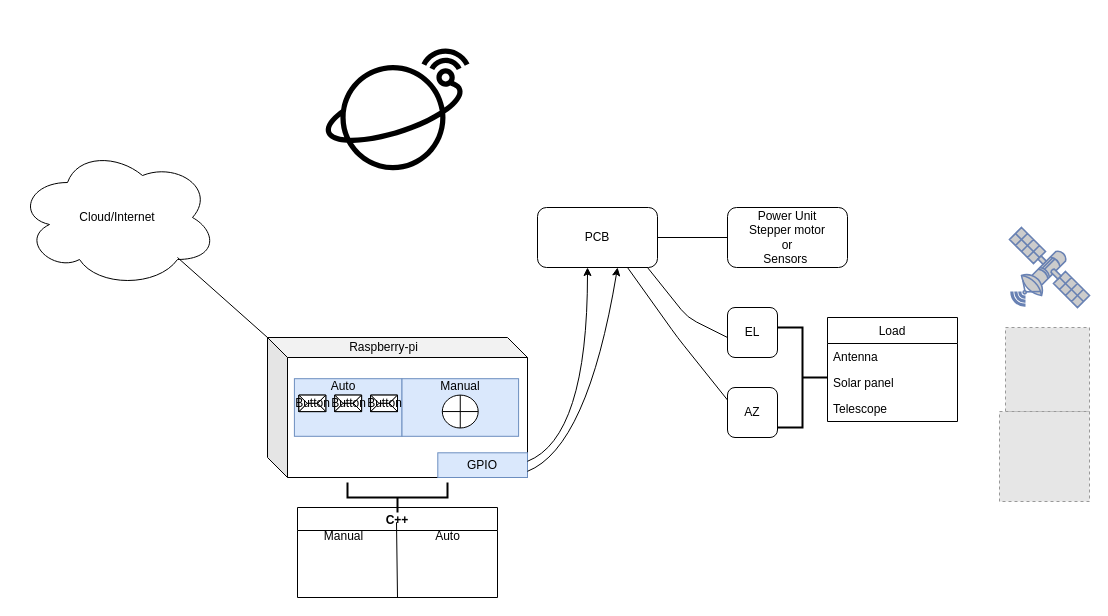
Above: Satellite Rotator Diagram.drawio in sonOFsalah-2425778/Mohamded-Salah (draw.io), before the change. Source tidied: cells renumbered, new cells numbered last; positions are measured from the earlier drawing's top-left corner, leaving out a move shared by most shapes. Both pictures are drawn from the tidied source at 100%, with x=0, y=0 at pixel (17, 17). Pictures stored in the file or linked from it are replaced by grey dashed boxes.
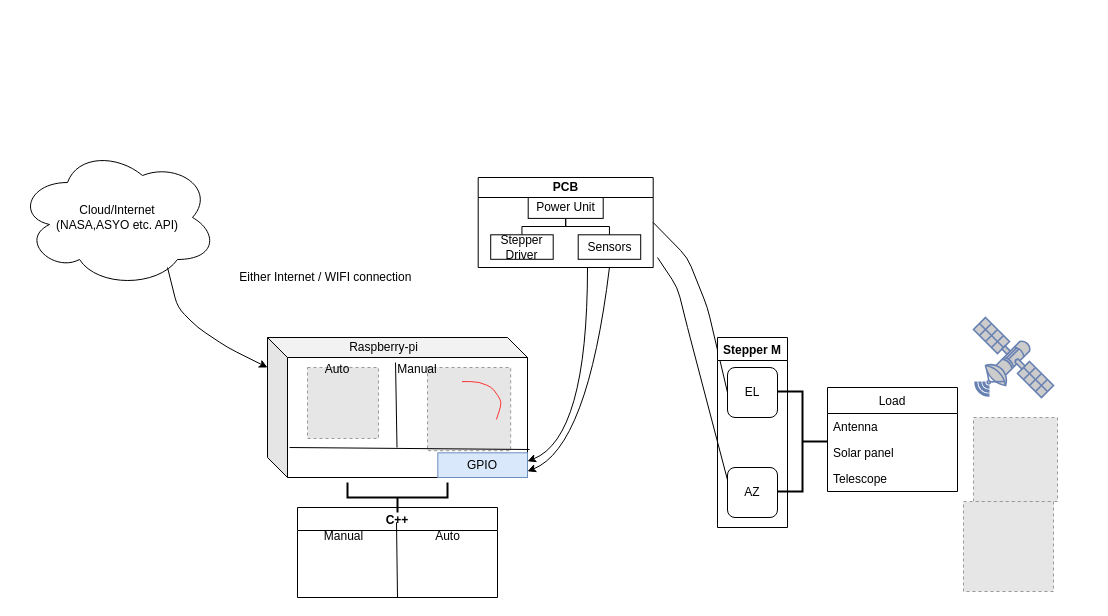
After the change.

Diff of the diagram source:
```diff
@@
-    <mxCell id="2" value="Cloud/Internet" style="ellipse;shape=cloud;whiteSpace=wrap;html=1;" parent="1" vertex="1">
+    <mxCell id="2" value="Cloud/Internet&lt;br&gt;(NASA,ASYO etc. API)" style="ellipse;shape=cloud;whiteSpace=wrap;html=1;" parent="1" vertex="1">
       <mxGeometry y="130" width="200" height="140" as="geometry" />
     </mxCell>
-    <mxCell id="3" style="gradientDirection=north;dashed=0;verticalLabelPosition=bottom;verticalAlign=top;align=center;html=1;fontSize=12;fontStyle=0;shape=mxgraph.aws4.resourceIcon;resIcon=mxgraph.aws4.satellite;" parent="1" vertex="1">
-      <mxGeometry x="290" width="180" height="180" as="geometry" />
-    </mxCell>
-    <mxCell id="4" style="group;" parent="1" vertex="1">
-      <mxGeometry x="250" y="320" width="260" height="140" as="geometry" />
-    </mxCell>
-    <mxCell id="5" style="shape=cube;whiteSpace=wrap;html=1;boundedLbl=1;backgroundOutline=1;darkOpacity=0.05;darkOpacity2=0.1;" parent="4" vertex="1">
-      <mxGeometry width="260" height="140" as="geometry" />
-    </mxCell>
-    <mxCell id="6" style="rounded=0;whiteSpace=wrap;html=1;fillColor=#dae8fc;strokeColor=#6c8ebf;" parent="4" vertex="1">
-      <mxGeometry x="26.9" y="41.2" width="107.6" height="57.6" as="geometry" />
-    </mxCell>
-    <mxCell id="7" style="rounded=0;whiteSpace=wrap;html=1;fillColor=#dae8fc;strokeColor=#6c8ebf;" parent="4" vertex="1">
-      <mxGeometry x="134.5" y="41.2" width="116.6" height="57.6" as="geometry" />
-    </mxCell>
-    <mxCell id="8" value="GPIO" style="rounded=0;whiteSpace=wrap;html=1;fillColor=#dae8fc;strokeColor=#6c8ebf;" parent="4" vertex="1">
-      <mxGeometry x="170.3" y="115.3" width="89.7" height="24.7" as="geometry" />
-    </mxCell>
-    <mxCell id="9" style="shape=orEllipse;perimeter=ellipsePerimeter;whiteSpace=wrap;html=1;backgroundOutline=1;" parent="4" vertex="1">
-      <mxGeometry x="174.8" y="57.6" width="35.9" height="32.9" as="geometry" />
-    </mxCell>
-    <mxCell id="10" value="Manual" style="text;html=1;strokeColor=none;fillColor=none;align=center;verticalAlign=middle;whiteSpace=wrap;rounded=0;" parent="4" vertex="1">
-      <mxGeometry x="174.8" y="41.2" width="35.9" height="16.5" as="geometry" />
-    </mxCell>
-    <mxCell id="11" value="Button" style="labelPosition=center;verticalLabelPosition=middle;align=center;html=1;shape=mxgraph.basic.button;dx=10;" parent="4" vertex="1">
-      <mxGeometry x="31.4" y="57.6" width="26.9" height="16.5" as="geometry" />
-    </mxCell>
-    <mxCell id="12" value="Button" style="labelPosition=center;verticalLabelPosition=middle;align=center;html=1;shape=mxgraph.basic.button;dx=10;" parent="4" vertex="1">
-      <mxGeometry x="67.2" y="57.6" width="26.9" height="16.5" as="geometry" />
-    </mxCell>
-    <mxCell id="13" value="Button" style="labelPosition=center;verticalLabelPosition=middle;align=center;html=1;shape=mxgraph.basic.button;dx=10;" parent="4" vertex="1">
-      <mxGeometry x="103.1" y="57.6" width="26.9" height="16.5" as="geometry" />
-    </mxCell>
-    <mxCell id="14" value="Auto" style="text;html=1;strokeColor=none;fillColor=none;align=center;verticalAlign=middle;whiteSpace=wrap;rounded=0;" parent="4" vertex="1">
-      <mxGeometry x="58.3" y="41.2" width="35.9" height="16.5" as="geometry" />
-    </mxCell>
-    <mxCell id="15" value="Raspberry-pi" style="text;html=1;strokeColor=none;fillColor=none;align=center;verticalAlign=middle;whiteSpace=wrap;rounded=0;" parent="4" vertex="1">
-      <mxGeometry x="81.1" width="71" height="20" as="geometry" />
-    </mxCell>
-    <mxCell id="16" style="group;" parent="1" vertex="1">
-      <mxGeometry x="520" y="190" width="120" height="60" as="geometry" />
-    </mxCell>
-    <mxCell id="17" style="rounded=1;whiteSpace=wrap;html=1;" parent="16" vertex="1">
-      <mxGeometry width="120" height="60" as="geometry" />
-    </mxCell>
-    <mxCell id="18" value="PCB" style="text;html=1;strokeColor=none;fillColor=none;align=center;verticalAlign=middle;whiteSpace=wrap;rounded=0;" parent="16" vertex="1">
-      <mxGeometry x="40" y="20" width="40" height="20" as="geometry" />
-    </mxCell>
     <mxCell id="19" value="EL" style="rounded=1;whiteSpace=wrap;html=1;" parent="1" vertex="1">
-      <mxGeometry x="710" y="290" width="50" height="50" as="geometry" />
+      <mxGeometry x="710" y="350" width="50" height="50" as="geometry" />
     </mxCell>
     <mxCell id="20" value="AZ" style="rounded=1;whiteSpace=wrap;html=1;" parent="1" vertex="1">
-      <mxGeometry x="710" y="370" width="50" height="50" as="geometry" />
+      <mxGeometry x="710" y="450" width="50" height="50" as="geometry" />
     </mxCell>
     <mxCell id="21" value="Load" style="swimlane;fontStyle=0;horizontal=1;startSize=26;fillColor=none;" parent="1" vertex="1">
-      <mxGeometry x="810" y="300" width="130" height="104" as="geometry" />
+      <mxGeometry x="810" y="370" width="130" height="104" as="geometry" />
     </mxCell>
@@
-    <mxCell id="30" value="Power Unit&lt;br&gt;Stepper motor&lt;br&gt;or&lt;br&gt;Sensors&amp;nbsp;" style="rounded=1;whiteSpace=wrap;html=1;" parent="1" vertex="1">
-      <mxGeometry x="710" y="190" width="120" height="60" as="geometry" />
-    </mxCell>
-    <mxCell id="31" style="endArrow=none;html=1;" parent="1" edge="1">
-      <mxGeometry relative="1" as="geometry">
-        <mxPoint x="640" y="220" as="sourcePoint" />
-        <mxPoint x="710" y="220" as="targetPoint" />
-      </mxGeometry>
-    </mxCell>
-    <mxCell id="32" style="curved=1;endArrow=classic;html=1;exitX=1;exitY=0.75;exitDx=0;exitDy=0;entryX=0.667;entryY=1;entryDx=0;entryDy=0;entryPerimeter=0;" parent="1" edge="1" source="8" target="17">
-      <mxGeometry relative="1" as="geometry">
-        <Array as="points">
-          <mxPoint x="570" y="430" />
-        </Array>
-      </mxGeometry>
-    </mxCell>
     <mxCell id="33" style="curved=1;endArrow=classic;html=1;exitX=1;exitY=0.75;exitDx=0;exitDy=0;" parent="1" edge="1">
       <mxGeometry relative="1" as="geometry">
-        <mxPoint x="510" y="443.8" as="sourcePoint" />
-        <mxPoint x="570" y="250" as="targetPoint" />
+        <mxPoint x="570" y="250" as="sourcePoint" />
+        <mxPoint x="510" y="443.8" as="targetPoint" />
         <Array as="points">
           <mxPoint x="570" y="420" />
         </Array>
       </mxGeometry>
     </mxCell>
-    <mxCell id="34" style="endArrow=none;html=1;" parent="1" edge="1">
+    <mxCell id="34" style="endArrow=none;html=1;entryX=0;entryY=0.5;entryDx=0;entryDy=0;exitX=1;exitY=0.5;exitDx=0;exitDy=0;" parent="1" edge="1" source="18" target="19">
       <mxGeometry relative="1" as="geometry">
-        <mxPoint x="630" y="250" as="sourcePoint" />
-        <mxPoint x="710" y="320" as="targetPoint" />
         <Array as="points">
-          <mxPoint x="670" y="300" />
+          <mxPoint x="670" y="240" />
+          <mxPoint x="690" y="290" />
         </Array>
       </mxGeometry>
     </mxCell>
     <mxCell id="35" style="endArrow=none;html=1;entryX=0;entryY=0.25;entryDx=0;entryDy=0;" parent="1" edge="1" target="20">
       <mxGeometry relative="1" as="geometry">
-        <mxPoint x="610" y="250" as="sourcePoint" />
+        <mxPoint x="640" y="240" as="sourcePoint" />
         <Array as="points">
-          <mxPoint x="660" y="320" />
+          <mxPoint x="660" y="270" />
+          <mxPoint x="670" y="310" />
         </Array>
       </mxGeometry>
     </mxCell>
     <mxCell id="36" style="strokeWidth=2;html=1;shape=mxgraph.flowchart.annotation_2;align=left;labelPosition=right;rotation=-180;" parent="1" vertex="1">
-      <mxGeometry x="760" y="310" width="50" height="100" as="geometry" />
+      <mxGeometry x="760" y="374" width="50" height="100" as="geometry" />
     </mxCell>
@@
-    <mxCell id="38" style="endArrow=none;html=1;" parent="1" edge="1">
-      <mxGeometry relative="1" as="geometry">
-        <mxPoint x="160" y="240" as="sourcePoint" />
-        <mxPoint x="250" y="320" as="targetPoint" />
-      </mxGeometry>
-    </mxCell>
     <mxCell id="39" style="fontColor=#0066CC;verticalAlign=top;verticalLabelPosition=bottom;labelPosition=center;align=center;html=1;fillColor=#CCCCCC;strokeColor=#6881B3;gradientColor=none;gradientDirection=north;strokeWidth=2;shape=mxgraph.networks.satellite;" parent="1" vertex="1">
-      <mxGeometry x="992" y="210" width="80" height="80" as="geometry" />
+      <mxGeometry x="956" y="300" width="80" height="80" as="geometry" />
     </mxCell>
     <mxCell id="40" style="fillColor=#E6E6E6;strokeColor=#999999;dashed=1;html=1;verticalAlign=top;verticalLabelPosition=bottom;labelBackgroundColor=#ffffff;" parent="1" vertex="1">
-      <mxGeometry x="988" y="310" width="84" height="84" as="geometry" />
+      <mxGeometry x="956" y="400" width="84" height="84" as="geometry" />
     </mxCell>
     <mxCell id="41" style="fillColor=#E6E6E6;strokeColor=#999999;dashed=1;html=1;verticalAlign=top;verticalLabelPosition=bottom;labelBackgroundColor=#ffffff;" parent="1" vertex="1">
-      <mxGeometry x="982" y="394" width="90" height="90" as="geometry" />
+      <mxGeometry x="946" y="484" width="90" height="90" as="geometry" />
     </mxCell>
+    <mxCell id="42" style="group;" parent="1" vertex="1">
+      <mxGeometry x="460.7" y="160" width="175" height="90" as="geometry" />
+    </mxCell>
+    <mxCell id="18" value="PCB" style="swimlane;html=1;startSize=20;horizontal=1;containerType=tree;" parent="42" vertex="1">
+      <mxGeometry width="175" height="90" as="geometry" />
+    </mxCell>
+    <mxCell id="43" style="edgeStyle=elbowEdgeStyle;elbow=vertical;startArrow=none;endArrow=none;rounded=0;" parent="18" edge="1" source="45" target="46">
+      <mxGeometry relative="1" as="geometry" />
+    </mxCell>
+    <mxCell id="44" style="edgeStyle=elbowEdgeStyle;elbow=vertical;startArrow=none;endArrow=none;rounded=0;" parent="18" edge="1" source="45" target="47">
+      <mxGeometry relative="1" as="geometry" />
+    </mxCell>
+    <mxCell id="45" value="Power Unit" style="whiteSpace=wrap;html=1;align=center;" parent="18" vertex="1">
+      <mxGeometry x="50" y="20" width="75" height="20.9" as="geometry" />
+    </mxCell>
+    <mxCell id="46" value="Stepper Driver" style="whiteSpace=wrap;html=1;align=center;verticalAlign=middle;" parent="18" vertex="1">
+      <mxGeometry x="12.5" y="57.3" width="62.5" height="24.5" as="geometry" />
+    </mxCell>
+    <mxCell id="47" value="Sensors" style="whiteSpace=wrap;html=1;align=center;verticalAlign=middle;" parent="18" vertex="1">
+      <mxGeometry x="100" y="57.3" width="62.5" height="24.5" as="geometry" />
+    </mxCell>
+    <mxCell id="48" value="Either Internet / WIFI connection&amp;nbsp;" style="text;html=1;strokeColor=none;fillColor=none;align=center;verticalAlign=middle;whiteSpace=wrap;rounded=0;" parent="1" vertex="1">
+      <mxGeometry x="190" y="250" width="240" height="20" as="geometry" />
+    </mxCell>
+    <mxCell id="49" value="Stepper M" style="swimlane;" parent="1" vertex="1">
+      <mxGeometry x="700" y="320" width="70" height="190" as="geometry" />
+    </mxCell>
+    <mxCell id="5" style="shape=cube;whiteSpace=wrap;html=1;boundedLbl=1;backgroundOutline=1;darkOpacity=0.05;darkOpacity2=0.1;" parent="1" vertex="1">
+      <mxGeometry x="250" y="320" width="260" height="140" as="geometry" />
+    </mxCell>
+    <mxCell id="8" value="GPIO" style="rounded=0;whiteSpace=wrap;html=1;fillColor=#dae8fc;strokeColor=#6c8ebf;" parent="1" vertex="1">
+      <mxGeometry x="420.3" y="435.3" width="89.7" height="24.7" as="geometry" />
+    </mxCell>
+    <mxCell id="15" value="Raspberry-pi" style="text;html=1;strokeColor=none;fillColor=none;align=center;verticalAlign=middle;whiteSpace=wrap;rounded=0;" parent="1" vertex="1">
+      <mxGeometry x="331.1" y="320" width="71" height="20" as="geometry" />
+    </mxCell>
+    <mxCell id="32" style="curved=1;endArrow=classic;html=1;exitX=0.75;exitY=1;exitDx=0;exitDy=0;entryX=1;entryY=0.75;entryDx=0;entryDy=0;" parent="1" edge="1" source="18" target="8">
+      <mxGeometry relative="1" as="geometry">
+        <Array as="points">
+          <mxPoint x="570" y="430" />
+        </Array>
+      </mxGeometry>
+    </mxCell>
+    <mxCell id="50" style="group;" parent="1" vertex="1">
+      <mxGeometry x="410" y="350" width="90" height="90" as="geometry" />
+    </mxCell>
+    <mxCell id="51" style="fillColor=#E6E6E6;strokeColor=#999999;dashed=1;html=1;verticalAlign=top;verticalLabelPosition=bottom;labelBackgroundColor=#ffffff;" parent="50" vertex="1">
+      <mxGeometry width="83.2" height="83.2" as="geometry" />
+    </mxCell>
+    <mxCell id="52" style="endArrow=none;html=1;strokeColor=#FF3333;entryX=0.828;entryY=0.625;entryDx=0;entryDy=0;entryPerimeter=0;" parent="50" edge="1" target="51">
+      <mxGeometry relative="1" as="geometry">
+        <mxPoint x="34.5" y="14.1" as="sourcePoint" />
+        <Array as="points">
+          <mxPoint x="52" y="14.1" />
+          <mxPoint x="66.1" y="21.1" />
+          <mxPoint x="74.5" y="35.2" />
+        </Array>
+      </mxGeometry>
+    </mxCell>
+    <mxCell id="53" style="fillColor=#E6E6E6;strokeColor=#999999;dashed=1;html=1;verticalAlign=top;verticalLabelPosition=bottom;labelBackgroundColor=#ffffff;" parent="1" vertex="1">
+      <mxGeometry x="290" y="350" width="71" height="71" as="geometry" />
+    </mxCell>
+    <mxCell id="54" style="endArrow=none;html=1;strokeColor=#000000;entryX=1.008;entryY=0.8;entryDx=0;entryDy=0;entryPerimeter=0;" parent="1" edge="1" target="5">
+      <mxGeometry relative="1" as="geometry">
+        <mxPoint x="272.1" y="430" as="sourcePoint" />
+      </mxGeometry>
+    </mxCell>
+    <mxCell id="55" style="endArrow=none;html=1;strokeColor=#000000;entryX=0.661;entryY=1.25;entryDx=0;entryDy=0;entryPerimeter=0;" parent="1" edge="1" target="15">
+      <mxGeometry relative="1" as="geometry">
+        <mxPoint x="379.5" y="430" as="sourcePoint" />
+      </mxGeometry>
+    </mxCell>
+    <mxCell id="14" value="Auto" style="text;html=1;strokeColor=none;fillColor=none;align=center;verticalAlign=middle;whiteSpace=wrap;rounded=0;" parent="1" vertex="1">
+      <mxGeometry x="300" y="342" width="40" height="20" as="geometry" />
+    </mxCell>
+    <mxCell id="10" value="Manual" style="text;html=1;strokeColor=none;fillColor=none;align=center;verticalAlign=middle;whiteSpace=wrap;rounded=0;" parent="1" vertex="1">
+      <mxGeometry x="380.3" y="342" width="40" height="20" as="geometry" />
+    </mxCell>
+    <mxCell id="56" style="endArrow=classic;html=1;strokeColor=#000000;" parent="1" edge="1">
+      <mxGeometry relative="1" as="geometry">
+        <mxPoint x="150" y="250" as="sourcePoint" />
+        <mxPoint x="250" y="350" as="targetPoint" />
+        <Array as="points">
+          <mxPoint x="160" y="290" />
+          <mxPoint x="180" y="310" />
+          <mxPoint x="210" y="330" />
+        </Array>
+      </mxGeometry>
+    </mxCell>
```
